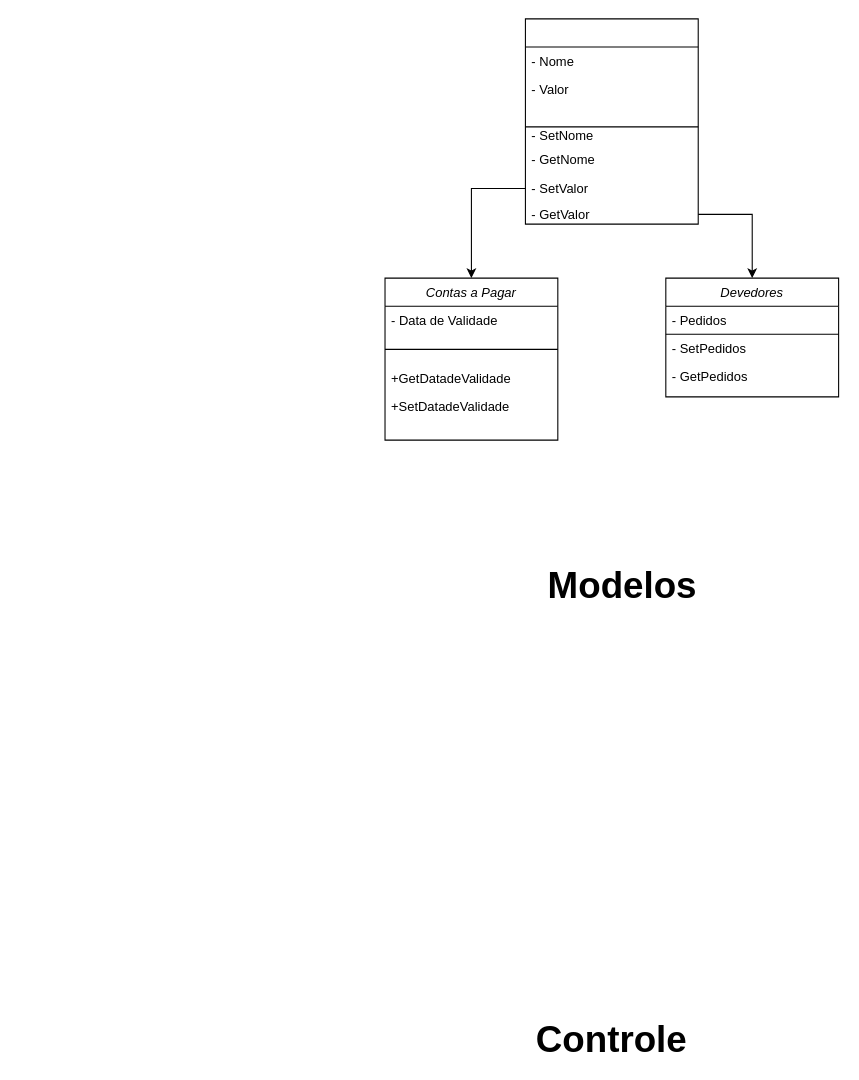
Above: Doc/Classes.drawio in LuizMiguelRocha/Equipe5 (draw.io), before the change. Source tidied: cells renumbered, new cells numbered last; positions are measured from the earlier drawing's top-left corner, leaving out a move shared by most shapes. Both pictures are drawn from the tidied source at 108%, with x=0, y=0 at pixel (384, 18).
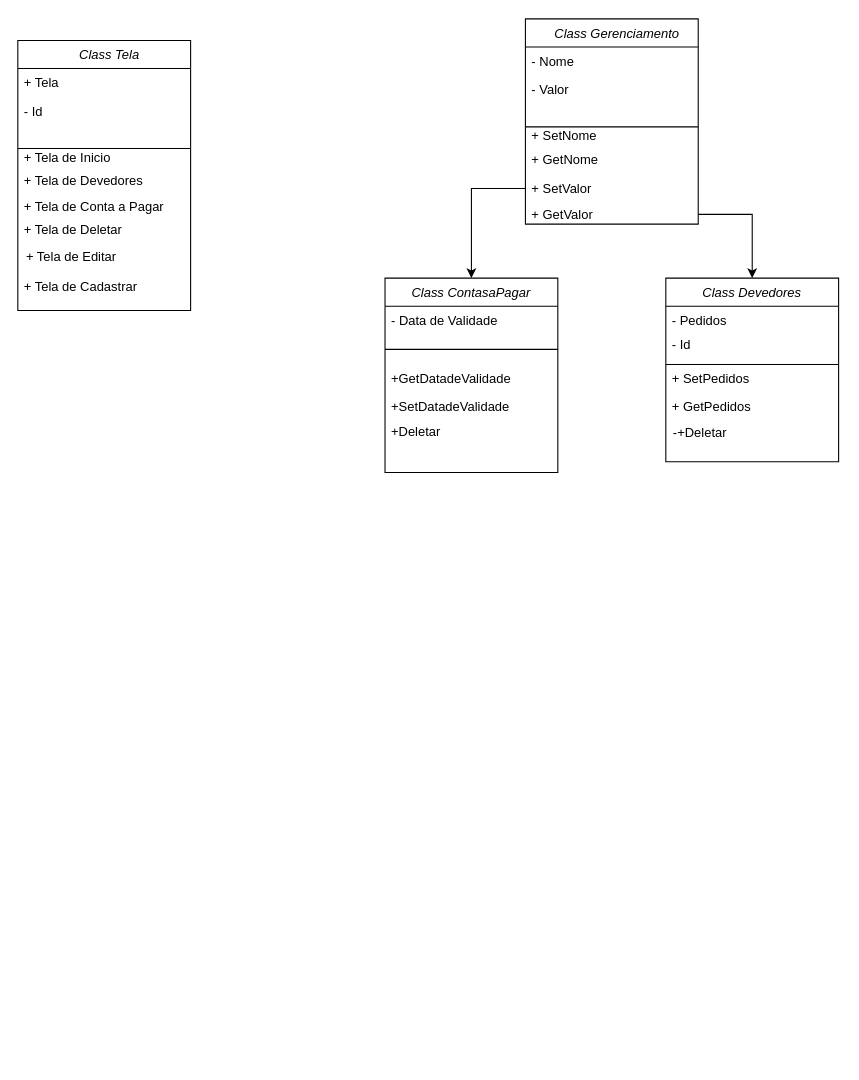
Above is the later version.

Change to the diagram source:
```diff
@@
-    <mxCell id="2" value="Devedores" style="swimlane;fontStyle=2;align=center;verticalAlign=top;horizontal=1;startSize=26;rounded=0;shadow=0;strokeWidth=1;" parent="1" vertex="1">
-      <mxGeometry x="260" y="240" width="160" height="110" as="geometry" />
+    <mxCell id="2" value="Class Devedores" style="swimlane;fontStyle=2;align=center;verticalAlign=top;horizontal=1;startSize=26;rounded=0;shadow=0;strokeWidth=1;" parent="1" vertex="1">
+      <mxGeometry x="260" y="240" width="160" height="170" as="geometry" />
     </mxCell>
@@
-    <mxCell id="4" style="endArrow=none;html=1;rounded=0;" parent="2" edge="1">
-      <mxGeometry relative="1" as="geometry">
-        <mxPoint y="52" as="sourcePoint" />
-        <mxPoint x="160" y="52" as="targetPoint" />
-      </mxGeometry>
-    </mxCell>
-    <mxCell id="5" value="- SetPedidos" style="text;align=left;verticalAlign=top;spacingLeft=4;spacingRight=4;overflow=hidden;" parent="2" vertex="1">
-      <mxGeometry y="52" width="160" height="26" as="geometry" />
-    </mxCell>
-    <mxCell id="6" value="- GetPedidos" style="text;align=left;verticalAlign=top;spacingLeft=4;spacingRight=4;overflow=hidden;" parent="2" vertex="1">
-      <mxGeometry y="78" width="160" height="26" as="geometry" />
-    </mxCell>
-    <mxCell id="7" value="Contas a Pagar" style="swimlane;fontStyle=2;align=center;verticalAlign=top;horizontal=1;startSize=26;rounded=0;shadow=0;strokeWidth=1;" parent="1" vertex="1">
-      <mxGeometry y="240" width="160" height="150" as="geometry" />
+    <mxCell id="7" value="Class ContasaPagar" style="swimlane;fontStyle=2;align=center;verticalAlign=top;horizontal=1;startSize=26;rounded=0;shadow=0;strokeWidth=1;" parent="1" vertex="1">
+      <mxGeometry y="240" width="160" height="180" as="geometry" />
     </mxCell>
@@
-    <mxCell id="12" style="swimlane;fontStyle=2;align=center;verticalAlign=top;horizontal=1;startSize=26;rounded=0;shadow=0;strokeWidth=1;" parent="1" vertex="1">
+    <mxCell id="12" value="   Class Gerenciamento" style="swimlane;fontStyle=2;align=center;verticalAlign=top;horizontal=1;startSize=26;rounded=0;shadow=0;strokeWidth=1;" parent="1" vertex="1">
       <mxGeometry x="130" width="160" height="190" as="geometry" />
     </mxCell>
@@
-    <mxCell id="16" value="- SetNome" style="text;align=left;verticalAlign=top;spacingLeft=4;spacingRight=4;overflow=hidden;" parent="1" vertex="1">
+    <mxCell id="16" value="+ SetNome" style="text;align=left;verticalAlign=top;spacingLeft=4;spacingRight=4;overflow=hidden;" parent="1" vertex="1">
       <mxGeometry x="130" y="95" width="160" height="26" as="geometry" />
     </mxCell>
-    <mxCell id="17" value="- GetNome" style="text;align=left;verticalAlign=top;spacingLeft=4;spacingRight=4;overflow=hidden;" parent="1" vertex="1">
+    <mxCell id="17" value="+ GetNome" style="text;align=left;verticalAlign=top;spacingLeft=4;spacingRight=4;overflow=hidden;" parent="1" vertex="1">
       <mxGeometry x="130" y="117" width="160" height="26" as="geometry" />
     </mxCell>
@@
-    <mxCell id="19" value="- SetValor" style="text;align=left;verticalAlign=top;spacingLeft=4;spacingRight=4;overflow=hidden;points=[[0,0.5],[1,0.5]];portConstraint=eastwest;" parent="1" vertex="1">
+    <mxCell id="19" value="+ SetValor" style="text;align=left;verticalAlign=top;spacingLeft=4;spacingRight=4;overflow=hidden;points=[[0,0.5],[1,0.5]];portConstraint=eastwest;" parent="1" vertex="1">
       <mxGeometry x="130" y="144" width="160" height="26" as="geometry" />
     </mxCell>
@@
-    <mxCell id="21" value="- GetValor" style="text;align=left;verticalAlign=top;spacingLeft=4;spacingRight=4;overflow=hidden;points=[[0,0.5],[1,0.5]];portConstraint=eastwest;" parent="1" vertex="1">
+    <mxCell id="21" value="+ GetValor" style="text;align=left;verticalAlign=top;spacingLeft=4;spacingRight=4;overflow=hidden;points=[[0,0.5],[1,0.5]];portConstraint=eastwest;" parent="1" vertex="1">
       <mxGeometry x="130" y="168" width="160" height="26" as="geometry" />
     </mxCell>
-    <mxCell id="22" value="&lt;b&gt;&lt;font style=&quot;font-size: 34px;&quot;&gt;Modelos&lt;/font&gt;&lt;/b&gt;" style="text;html=1;align=center;verticalAlign=middle;whiteSpace=wrap;rounded=0;rotation=0;" parent="1" vertex="1">
-      <mxGeometry x="150" y="510" width="140" height="30" as="geometry" />
-    </mxCell>
-    <mxCell id="23" value="&lt;b&gt;&lt;font style=&quot;font-size: 34px;&quot;&gt;Controle&lt;/font&gt;&lt;/b&gt;" style="text;html=1;align=center;verticalAlign=middle;whiteSpace=wrap;rounded=0;" parent="1" vertex="1">
-      <mxGeometry x="140" y="930" width="140" height="30" as="geometry" />
-    </mxCell>
+    <mxCell id="6" value="+ GetPedidos" style="text;align=left;verticalAlign=top;spacingLeft=4;spacingRight=4;overflow=hidden;" parent="1" vertex="1">
+      <mxGeometry x="260" y="346" width="160" height="22" as="geometry" />
+    </mxCell>
+    <mxCell id="5" value="+ SetPedidos" style="text;align=left;verticalAlign=top;spacingLeft=4;spacingRight=4;overflow=hidden;" parent="1" vertex="1">
+      <mxGeometry x="260" y="320" width="160" height="26" as="geometry" />
+    </mxCell>
+    <mxCell id="4" style="endArrow=none;html=1;rounded=0;" parent="1" edge="1">
+      <mxGeometry relative="1" as="geometry">
+        <mxPoint x="260" y="320" as="sourcePoint" />
+        <mxPoint x="420" y="320" as="targetPoint" />
+      </mxGeometry>
+    </mxCell>
+    <mxCell id="24" value="- Id" style="text;align=left;verticalAlign=top;spacingLeft=4;spacingRight=4;overflow=hidden;" parent="1" vertex="1">
+      <mxGeometry x="260" y="288" width="160" height="26" as="geometry" />
+    </mxCell>
+    <mxCell id="25" value="-+Deletar" style="text;align=left;verticalAlign=top;spacingLeft=4;spacingRight=4;overflow=hidden;" parent="1" vertex="1">
+      <mxGeometry x="261" y="370" width="160" height="22" as="geometry" />
+    </mxCell>
+    <mxCell id="26" value="+Deletar" style="text;align=left;verticalAlign=top;spacingLeft=4;spacingRight=4;overflow=hidden;" parent="1" vertex="1">
+      <mxGeometry y="369" width="160" height="26" as="geometry" />
+    </mxCell>
+    <mxCell id="27" value="   Class Tela" style="swimlane;fontStyle=2;align=center;verticalAlign=top;horizontal=1;startSize=26;rounded=0;shadow=0;strokeWidth=1;" parent="1" vertex="1">
+      <mxGeometry x="-340" y="20" width="160" height="250" as="geometry" />
+    </mxCell>
+    <mxCell id="28" value="+ Tela" style="text;align=left;verticalAlign=top;spacingLeft=4;spacingRight=4;overflow=hidden;" parent="27" vertex="1">
+      <mxGeometry y="26" width="160" height="26" as="geometry" />
+    </mxCell>
+    <mxCell id="29" value="- Id" style="text;align=left;verticalAlign=top;spacingLeft=4;spacingRight=4;overflow=hidden;" parent="27" vertex="1">
+      <mxGeometry y="52" width="160" height="26" as="geometry" />
+    </mxCell>
+    <mxCell id="30" style="endArrow=none;html=1;rounded=0;" parent="27" edge="1">
+      <mxGeometry relative="1" as="geometry">
+        <mxPoint y="100" as="sourcePoint" />
+        <mxPoint x="160" y="100" as="targetPoint" />
+      </mxGeometry>
+    </mxCell>
+    <mxCell id="31" value="+ Tela de Inicio" style="text;align=left;verticalAlign=top;spacingLeft=4;spacingRight=4;overflow=hidden;" parent="1" vertex="1">
+      <mxGeometry x="-340" y="115" width="160" height="26" as="geometry" />
+    </mxCell>
+    <mxCell id="32" value="+ Tela de Devedores" style="text;align=left;verticalAlign=top;spacingLeft=4;spacingRight=4;overflow=hidden;" parent="1" vertex="1">
+      <mxGeometry x="-340" y="136" width="160" height="26" as="geometry" />
+    </mxCell>
+    <mxCell id="33" value="+ Tela de Conta a Pagar" style="text;align=left;verticalAlign=top;spacingLeft=4;spacingRight=4;overflow=hidden;" parent="1" vertex="1">
+      <mxGeometry x="-340" y="160" width="160" height="26" as="geometry" />
+    </mxCell>
+    <mxCell id="34" value="+ Tela de Deletar" style="text;align=left;verticalAlign=top;spacingLeft=4;spacingRight=4;overflow=hidden;" parent="1" vertex="1">
+      <mxGeometry x="-340" y="182" width="160" height="26" as="geometry" />
+    </mxCell>
+    <mxCell id="35" value="+ Tela de Editar" style="text;align=left;verticalAlign=top;spacingLeft=4;spacingRight=4;overflow=hidden;" parent="1" vertex="1">
+      <mxGeometry x="-338" y="207" width="160" height="26" as="geometry" />
+    </mxCell>
+    <mxCell id="36" value="+ Tela de Cadastrar" style="text;align=left;verticalAlign=top;spacingLeft=4;spacingRight=4;overflow=hidden;" parent="1" vertex="1">
+      <mxGeometry x="-340" y="234" width="160" height="26" as="geometry" />
+    </mxCell>
```
